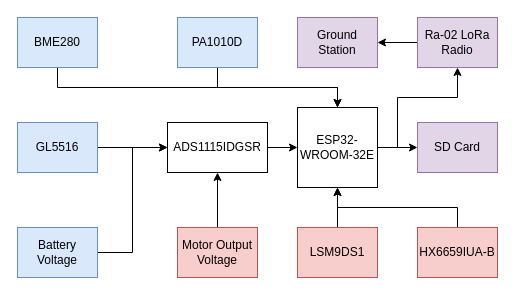
This is schematics/dataHandling.drawio.xml from MikoZ321/resat, a draw.io file, before an edit. Source tidied: cells renumbered, new cells numbered last; positions are measured from the earlier drawing's top-left corner, leaving out a move shared by most shapes. Both pictures are drawn from the tidied source at 100%, with x=0, y=0 at pixel (17, 17).
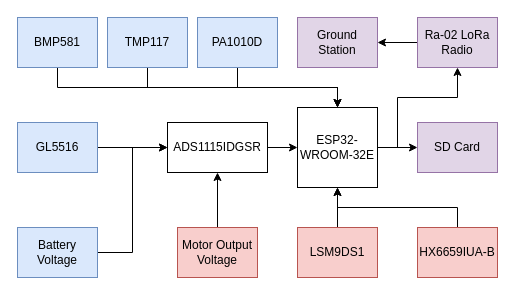
Above is the later version.

The change refers to these unchanged cells:
```xml
<mxCell id="6" value="ESP32-WROOM-32E" style="whiteSpace=wrap;html=1;rounded=0;" parent="1" vertex="1">
  <mxGeometry x="280" y="90" width="80" height="80" as="geometry" />
</mxCell>
```

The edit, as a diff of the source:
```diff
@@
     <mxCell id="3" value="PA1010D" style="rounded=0;whiteSpace=wrap;html=1;fontSize=12;glass=0;strokeWidth=1;shadow=0;perimeterSpacing=0;fillColor=#dae8fc;strokeColor=#6c8ebf;" parent="1" vertex="1">
-      <mxGeometry x="160" width="80" height="50" as="geometry" />
+      <mxGeometry x="180" width="80" height="50" as="geometry" />
     </mxCell>
@@
-    <mxCell id="16" value="BME280" style="rounded=0;whiteSpace=wrap;html=1;fontSize=12;glass=0;strokeWidth=1;shadow=0;perimeterSpacing=0;fillColor=#dae8fc;strokeColor=#6c8ebf;" parent="1" vertex="1">
+    <mxCell id="16" value="BMP581" style="rounded=0;whiteSpace=wrap;html=1;fontSize=12;glass=0;strokeWidth=1;shadow=0;perimeterSpacing=0;fillColor=#dae8fc;strokeColor=#6c8ebf;" parent="1" vertex="1">
       <mxGeometry width="80" height="50" as="geometry" />
     </mxCell>
@@
+    <mxCell id="25" style="edgeStyle=orthogonalEdgeStyle;rounded=0;jettySize=auto;html=1;" parent="1" edge="1" source="26" target="6">
+      <mxGeometry relative="1" as="geometry">
+        <Array as="points">
+          <mxPoint x="130" y="70" />
+          <mxPoint x="320" y="70" />
+        </Array>
+      </mxGeometry>
+    </mxCell>
+    <mxCell id="26" value="TMP117" style="rounded=0;whiteSpace=wrap;html=1;fontSize=12;glass=0;strokeWidth=1;shadow=0;perimeterSpacing=0;fillColor=#dae8fc;strokeColor=#6c8ebf;" parent="1" vertex="1">
+      <mxGeometry x="90" width="80" height="50" as="geometry" />
+    </mxCell>
```
